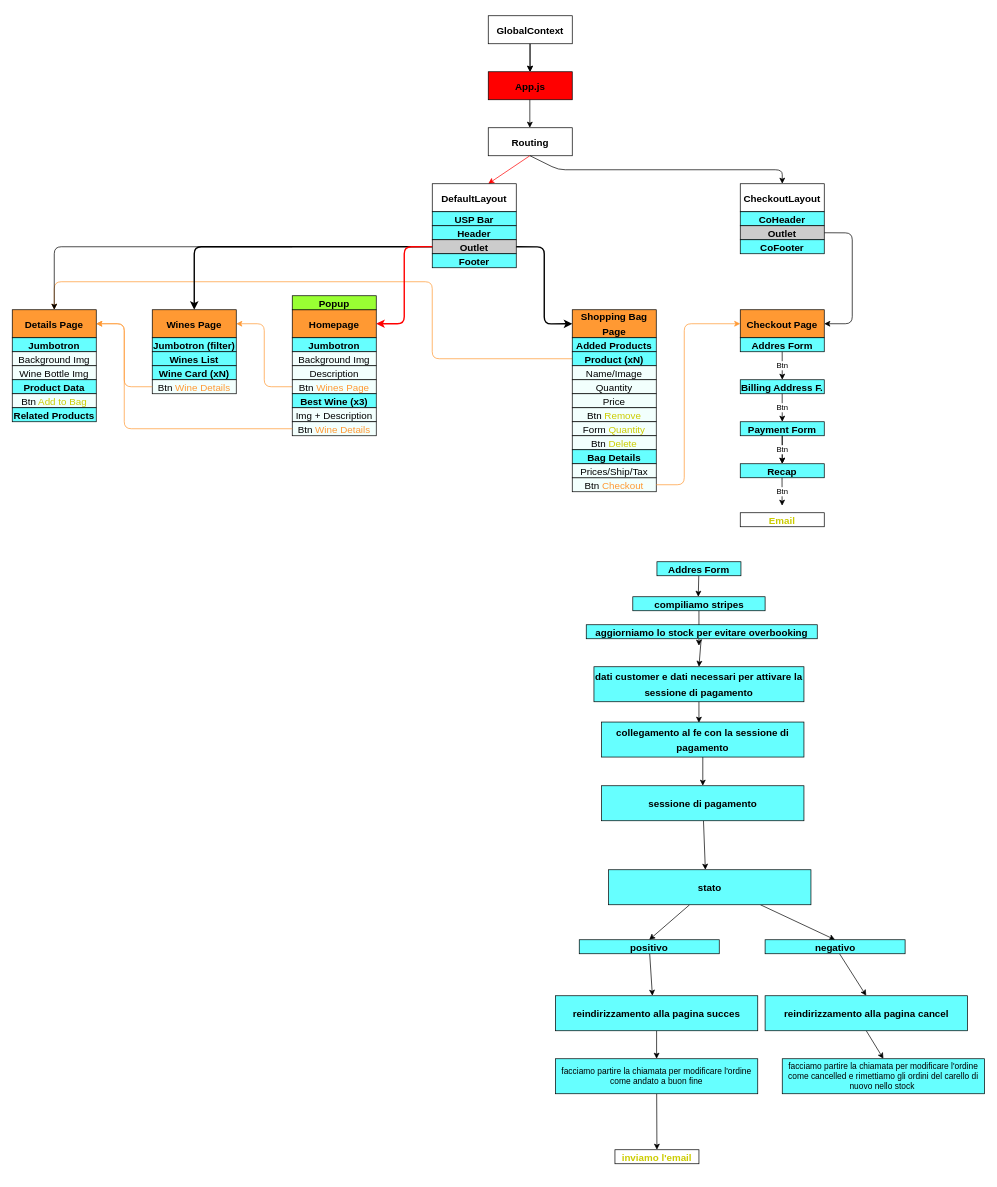
DanieleGattuso/BoolShop keeps this draw.io diagram as BoolShop.drawio. Above is the earlier version. Source tidied: cells renumbered, new cells numbered last; positions are measured from the earlier drawing's top-left corner, leaving out a move shared by most shapes. Both pictures are drawn from the tidied source at 70%, with x=0, y=0 at pixel (12, 15).
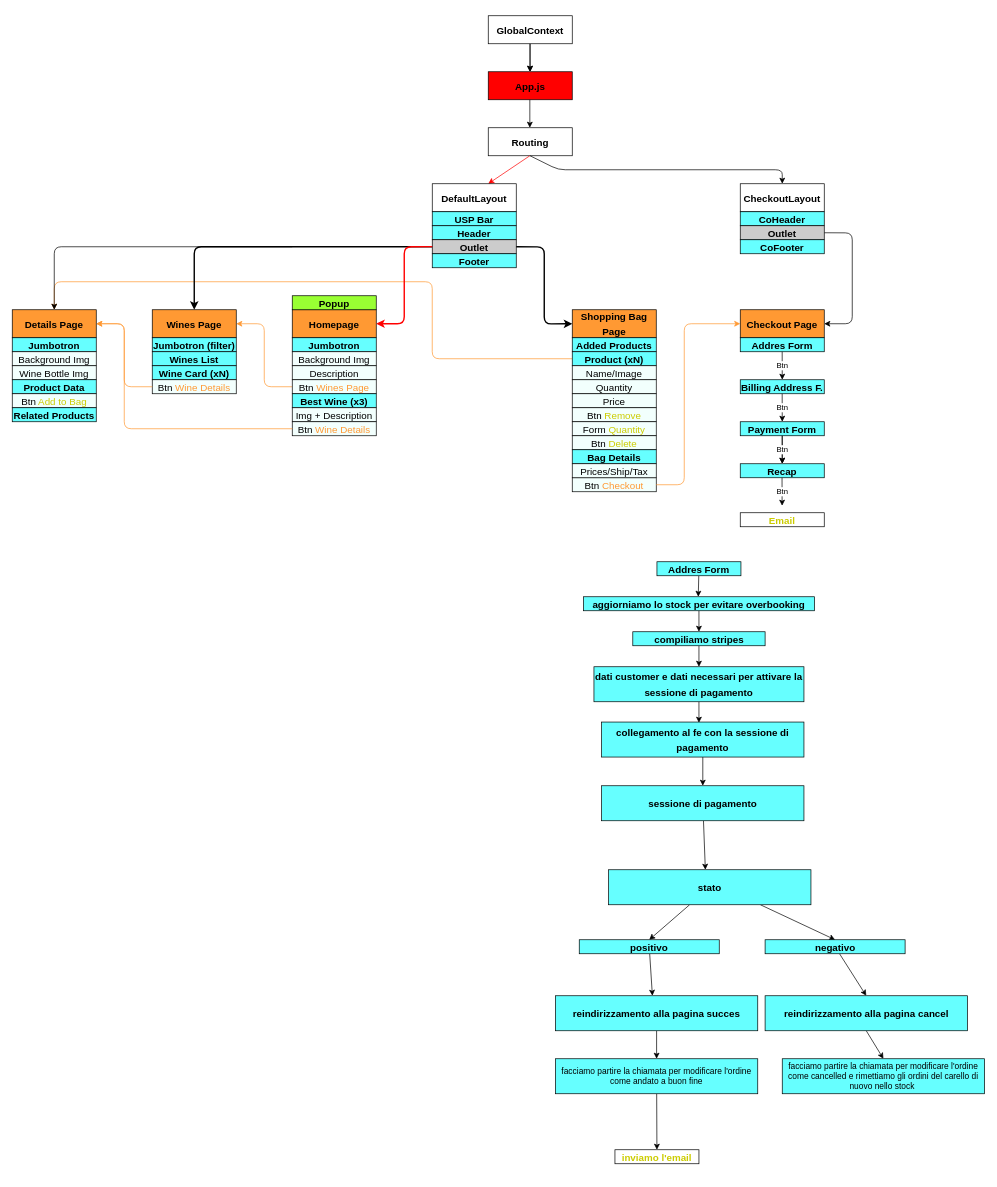
The same page after the edit.

Commit message (it also covers changes not shown here):
refactor: streamline Stripe checkout process and improve error handling

The change refers to these unchanged cells:
```xml
<mxCell id="82" value="&lt;h2&gt;&lt;span style=&quot;font-size: 14px;&quot;&gt;dati customer e dati necessari per attivare la sessione di pagamento&lt;/span&gt;&lt;/h2&gt;" style="rounded=0;whiteSpace=wrap;html=1;fillColor=#66FFFF;strokeColor=#000000;" parent="1" vertex="1">
  <mxGeometry x="831" y="930" width="300" height="50" as="geometry" />
</mxCell>
```

Diff of the diagram source:
```diff
@@
+    <mxCell id="104" style="edgeStyle=none;html=1;entryX=0.5;entryY=0;entryDx=0;entryDy=0;" parent="1" edge="1" source="80" target="82">
+      <mxGeometry relative="1" as="geometry" />
+    </mxCell>
     <mxCell id="80" value="&lt;h2&gt;&lt;span style=&quot;font-size: 14px;&quot;&gt;compiliamo stripes&lt;/span&gt;&lt;/h2&gt;" style="rounded=0;whiteSpace=wrap;html=1;fillColor=#66FFFF;strokeColor=#000000;" parent="1" vertex="1">
-      <mxGeometry x="886.5" y="830" width="189" height="20" as="geometry" />
+      <mxGeometry x="886.5" y="880" width="189" height="20" as="geometry" />
     </mxCell>
@@
-    <mxCell id="97" style="edgeStyle=none;html=1;entryX=0.5;entryY=0;entryDx=0;entryDy=0;" parent="1" edge="1" source="98" target="82">
-      <mxGeometry relative="1" as="geometry" />
-    </mxCell>
+    <mxCell id="105" style="edgeStyle=none;html=1;" parent="1" edge="1" source="98" target="80">
+      <mxGeometry relative="1" as="geometry" />
+    </mxCell>
     <mxCell id="98" value="&lt;h2&gt;&lt;span style=&quot;font-size: 14px;&quot;&gt;aggiorniamo lo stock per evitare overbooking&lt;/span&gt;&lt;/h2&gt;" style="rounded=0;whiteSpace=wrap;html=1;fillColor=#66FFFF;strokeColor=#000000;" parent="1" vertex="1">
-      <mxGeometry x="820" y="870" width="330" height="20" as="geometry" />
+      <mxGeometry x="816" y="830" width="330" height="20" as="geometry" />
     </mxCell>
```
